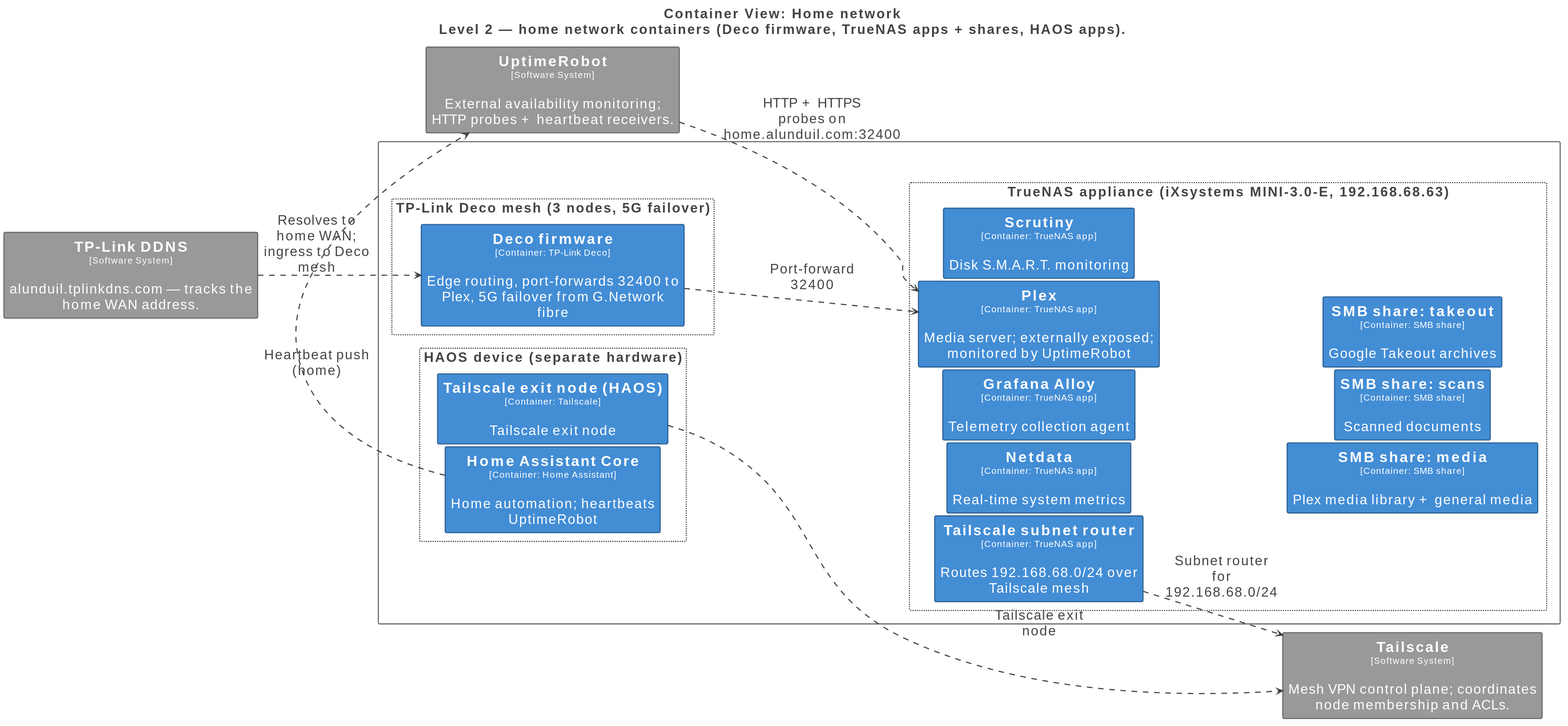
Before: docs/architecture/container-homenetwork.svg, a diagram exported from PlantUML (alunduil/alunduil-infrastructure).
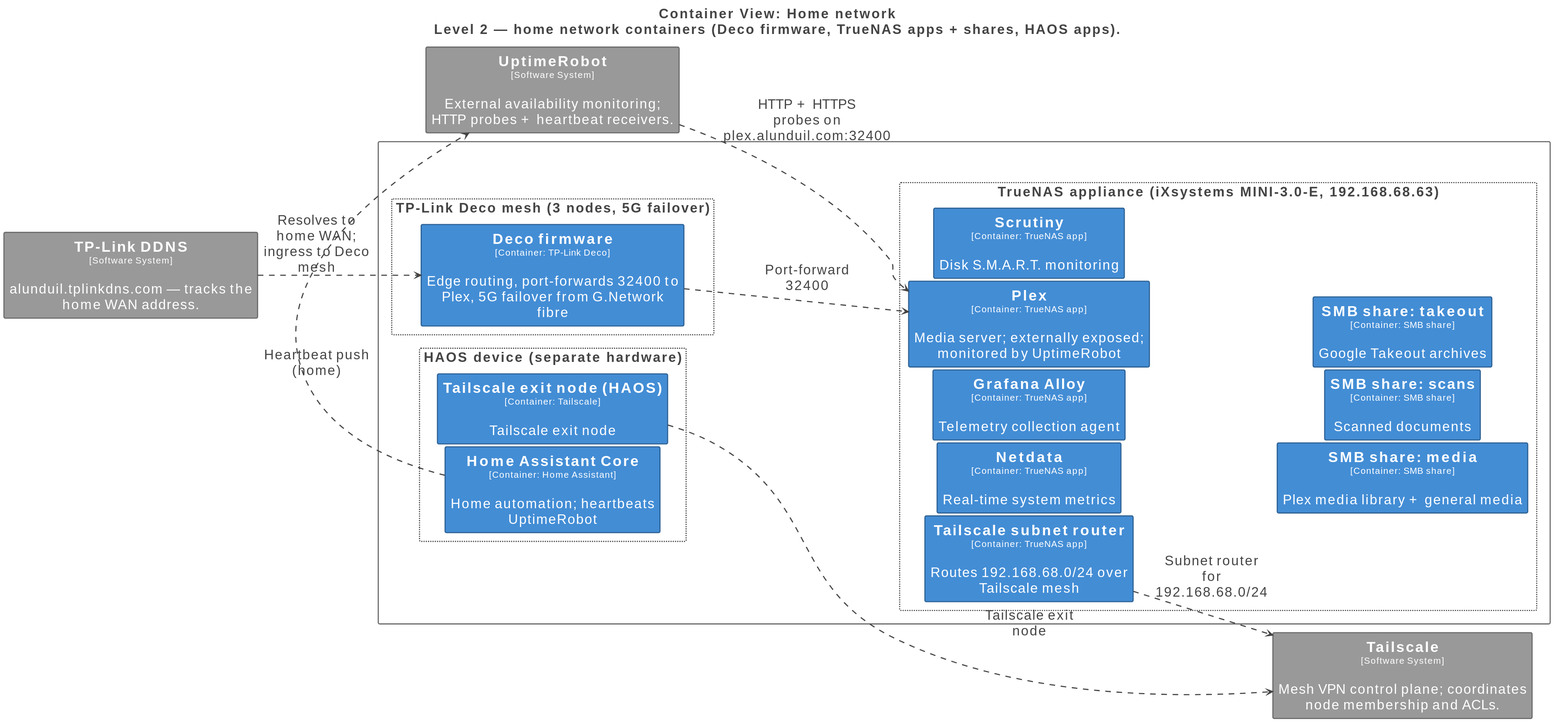
The same file after the commit.

What changed in the source:
```diff
@@ -122,6 +122,6 @@
 Homenetwork.Decofirmware --> Homenetwork.Plex <<Relationship-UmVsYXRpb25zaGlw>> : "Port-forward 32400"
 Homenetwork.Tailscalesubnetrouter --> Tailscale <<Relationship-UmVsYXRpb25zaGlw>> : "Subnet router for 192.168.68.0/24"
 Homenetwork.TailscaleexitnodeHAOS --> Tailscale <<Relationship-UmVsYXRpb25zaGlw>> : "Tailscale exit node"
-UptimeRobot --> Homenetwork.Plex <<Relationship-UmVsYXRpb25zaGlw>> : "HTTP + HTTPS probes on home.alunduil.com:32400"
+UptimeRobot --> Homenetwork.Plex <<Relationship-UmVsYXRpb25zaGlw>> : "HTTP + HTTPS probes on plex.alunduil.com:32400"
 Homenetwork.HomeAssistantCore --> UptimeRobot <<Relationship-UmVsYXRpb25zaGlw>> : "Heartbeat push (home)"
 @enduml
```
